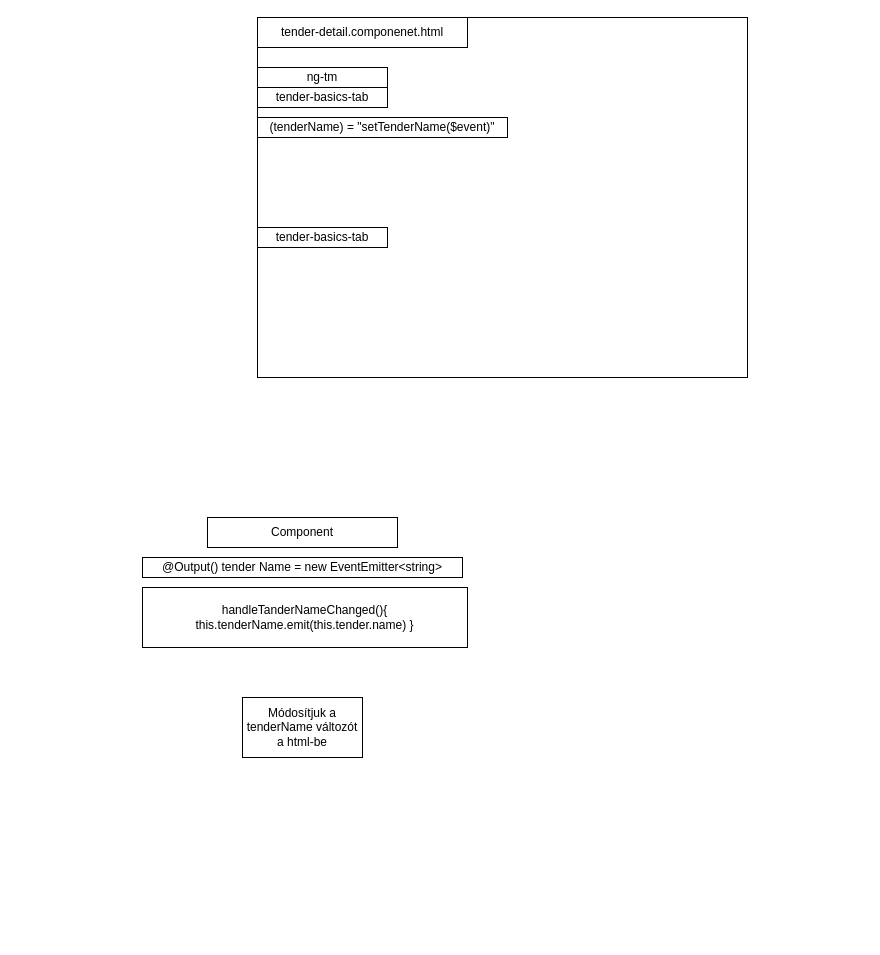
Earlier version of the draw.io diagram Untitled Diagram.drawio (David1991dev/teszt). Source tidied: cells renumbered, new cells numbered last; positions are measured from the earlier drawing's top-left corner, leaving out a move shared by most shapes. Both pictures are drawn from the tidied source at 100%, with x=0, y=0 at pixel (142, 17).
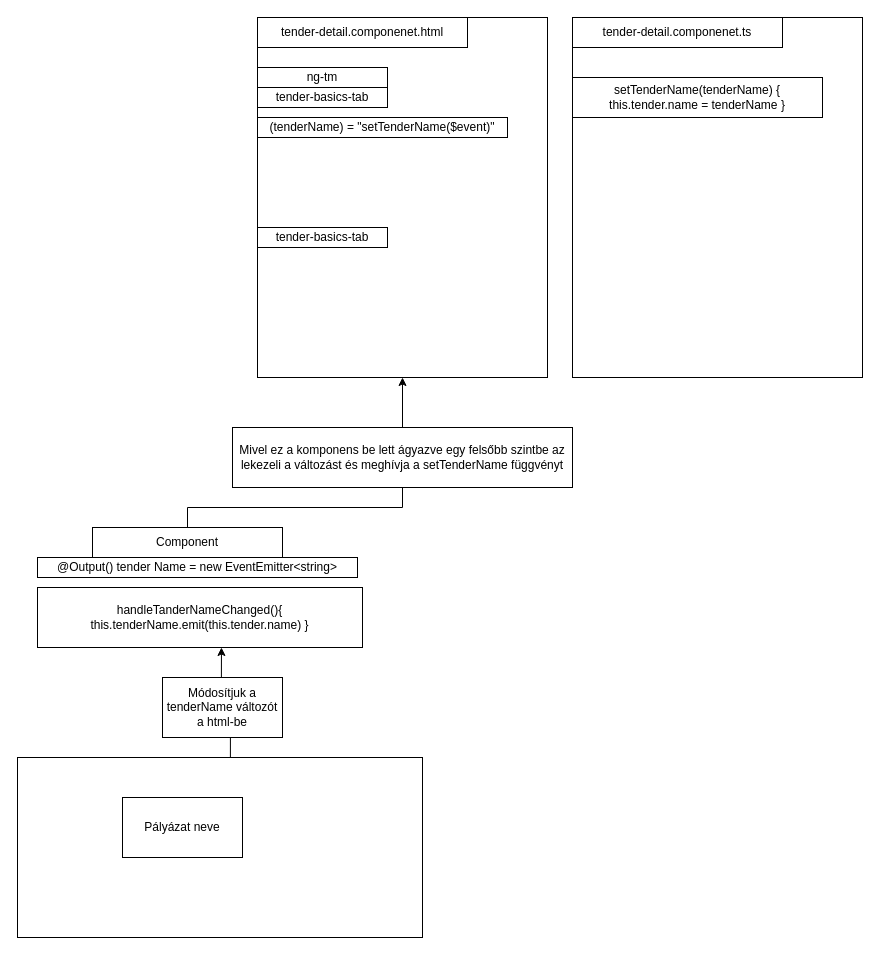
After the change.

Change to the diagram source:
```diff
@@
+    <mxCell id="12" style="edgeStyle=orthogonalEdgeStyle;rounded=0;jettySize=auto;html=1;exitX=0.5;exitY=0;exitDx=0;exitDy=0;entryX=0.5;entryY=1;entryDx=0;entryDy=0;startArrow=none;" parent="1" edge="1" source="17" target="6">
+      <mxGeometry relative="1" as="geometry" />
+    </mxCell>
     <mxCell id="2" value="Component" style="rounded=0;whiteSpace=wrap;html=1;" parent="1" vertex="1">
-      <mxGeometry x="65" y="500" width="190" height="30" as="geometry" />
+      <mxGeometry x="-50" y="510" width="190" height="30" as="geometry" />
     </mxCell>
     <mxCell id="3" value="@Output() tender Name = new EventEmitter&amp;lt;string&amp;gt;&lt;br&gt;" style="rounded=0;whiteSpace=wrap;html=1;" parent="1" vertex="1">
-      <mxGeometry y="540" width="320" height="20" as="geometry" />
+      <mxGeometry x="-105" y="540" width="320" height="20" as="geometry" />
     </mxCell>
-    <mxCell id="4" value="Módosítjuk a tenderName változót a html-be" style="rounded=0;whiteSpace=wrap;html=1;" parent="1" vertex="1">
-      <mxGeometry x="100" y="680" width="120" height="60" as="geometry" />
-    </mxCell>
     <mxCell id="5" value="handleTanderNameChanged(){ this.tenderName.emit(this.tender.name) }" style="rounded=0;whiteSpace=wrap;html=1;" parent="1" vertex="1">
-      <mxGeometry y="570" width="325" height="60" as="geometry" />
+      <mxGeometry x="-105" y="570" width="325" height="60" as="geometry" />
     </mxCell>
     <mxCell id="6" style="whiteSpace=wrap;html=1;" parent="1" vertex="1">
-      <mxGeometry x="115" width="490" height="360" as="geometry" />
+      <mxGeometry x="115" width="290" height="360" as="geometry" />
     </mxCell>
@@
+    <mxCell id="13" style="edgeStyle=orthogonalEdgeStyle;rounded=0;jettySize=auto;html=1;exitX=0.5;exitY=0;exitDx=0;exitDy=0;entryX=0.566;entryY=1;entryDx=0;entryDy=0;entryPerimeter=0;startArrow=none;" parent="1" edge="1" source="4" target="5">
+      <mxGeometry relative="1" as="geometry" />
+    </mxCell>
+    <mxCell id="14" style="rounded=0;whiteSpace=wrap;html=1;" parent="1" vertex="1">
+      <mxGeometry x="-125" y="740" width="405" height="180" as="geometry" />
+    </mxCell>
+    <mxCell id="15" value="Pályázat neve" style="rounded=0;whiteSpace=wrap;html=1;" parent="1" vertex="1">
+      <mxGeometry x="-20" y="780" width="120" height="60" as="geometry" />
+    </mxCell>
+    <mxCell id="4" value="Módosítjuk a tenderName változót a html-be" style="rounded=0;whiteSpace=wrap;html=1;" parent="1" vertex="1">
+      <mxGeometry x="20" y="660" width="120" height="60" as="geometry" />
+    </mxCell>
+    <mxCell id="16" style="edgeStyle=orthogonalEdgeStyle;rounded=0;jettySize=auto;html=1;exitX=0.5;exitY=0;exitDx=0;exitDy=0;entryX=0.566;entryY=1;entryDx=0;entryDy=0;entryPerimeter=0;endArrow=none;" parent="1" edge="1" source="14" target="4">
+      <mxGeometry relative="1" as="geometry" />
+    </mxCell>
+    <mxCell id="17" value="Mivel ez a komponens be lett ágyazve egy felsőbb szintbe az lekezeli a változást és meghívja a setTenderName függvényt" style="rounded=0;whiteSpace=wrap;html=1;" parent="1" vertex="1">
+      <mxGeometry x="90" y="410" width="340" height="60" as="geometry" />
+    </mxCell>
+    <mxCell id="18" style="edgeStyle=orthogonalEdgeStyle;rounded=0;jettySize=auto;html=1;exitX=0.5;exitY=0;exitDx=0;exitDy=0;entryX=0.5;entryY=1;entryDx=0;entryDy=0;endArrow=none;" parent="1" edge="1" source="2" target="17">
+      <mxGeometry relative="1" as="geometry" />
+    </mxCell>
+    <mxCell id="19" style="whiteSpace=wrap;html=1;" parent="1" vertex="1">
+      <mxGeometry x="430" width="290" height="360" as="geometry" />
+    </mxCell>
+    <mxCell id="20" value="tender-detail.componenet.ts" style="rounded=0;whiteSpace=wrap;html=1;" parent="1" vertex="1">
+      <mxGeometry x="430" width="210" height="30" as="geometry" />
+    </mxCell>
+    <mxCell id="21" value="setTenderName(tenderName) {&lt;br&gt;this.tender.name = tenderName }" style="rounded=0;whiteSpace=wrap;html=1;" parent="1" vertex="1">
+      <mxGeometry x="430" y="60" width="250" height="40" as="geometry" />
+    </mxCell>
```
